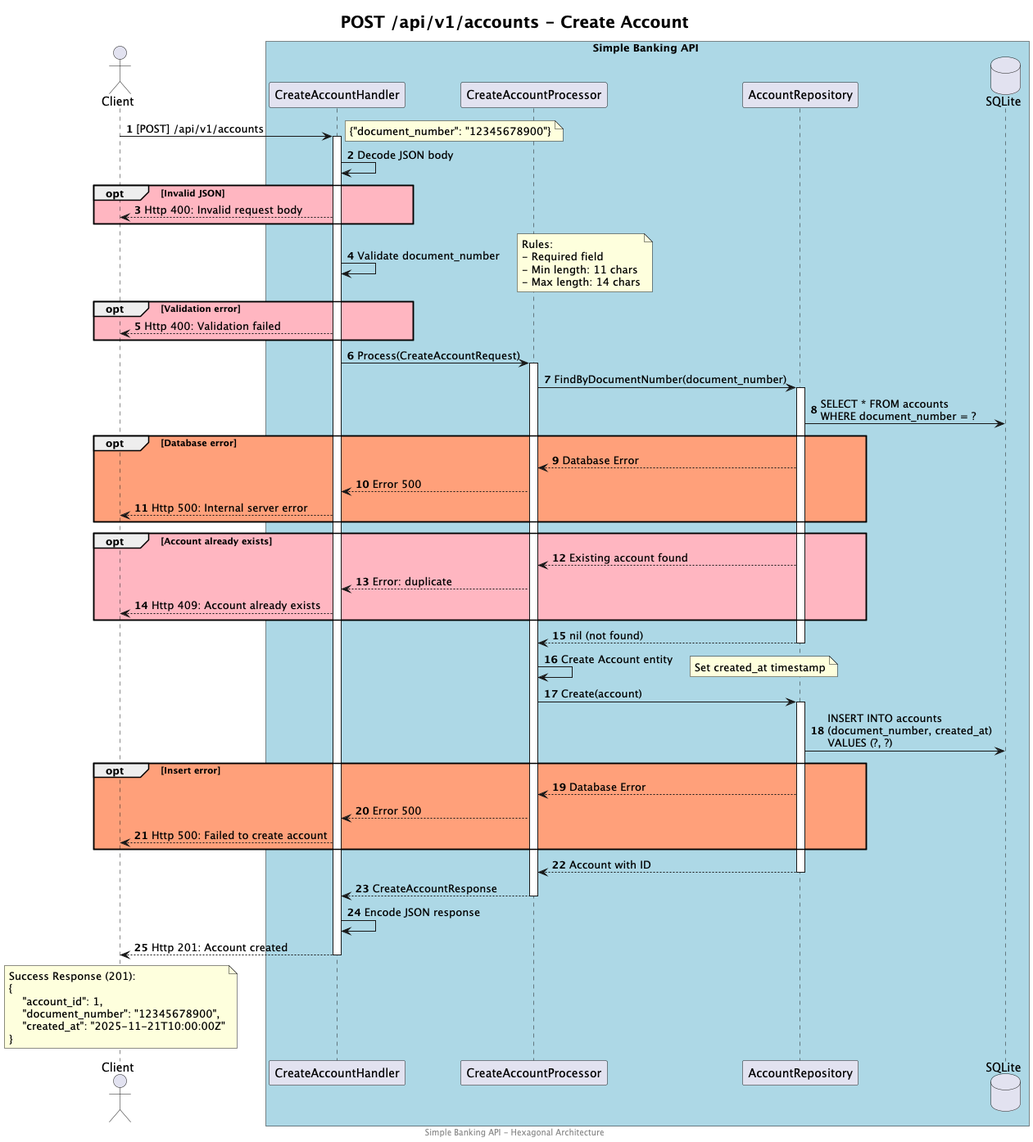
larissamartinsss/simple-banking-api keeps this PlantUML diagram as docs/sequence-diagrams/endpoint-create-account.png. Above is the earlier version. Its diagram source:
```plantuml
@startuml create-account-sequence
footer Simple Banking API - Hexagonal Architecture
title <size:20>POST /api/v1/accounts - Create Account</size>

autonumber

actor Client

box Simple Banking API #lightblue
    participant "CreateAccountHandler" as Handler
    participant "CreateAccountProcessor" as Processor
    participant "AccountRepository" as Repo
    database SQLite
end box

Client -> Handler: [POST] /api/v1/accounts
note right: {"document_number": "12345678900"}

activate Handler

    Handler -> Handler: Decode JSON body
    opt #LightPink Invalid JSON
        Client <-- Handler: Http 400: Invalid request body
    end

    Handler -> Handler: Validate document_number
    note right
        Rules:
        - Required field
        - Min length: 11 chars
        - Max length: 14 chars
    end note

    opt #LightPink Validation error
        Client <-- Handler: Http 400: Validation failed
    end

    Handler -> Processor: Process(CreateAccountRequest)
    activate Processor

        Processor -> Repo: FindByDocumentNumber(document_number)
        activate Repo
            Repo -> SQLite: SELECT * FROM accounts\nWHERE document_number = ?

            opt #LightSalmon Database error
                Processor <-- Repo: Database Error
                Handler <-- Processor: Error 500
                Client <-- Handler: Http 500: Internal server error
            end

            opt #LightPink Account already exists
                Processor <-- Repo: Existing account found
                Handler <-- Processor: Error: duplicate
                Client <-- Handler: Http 409: Account already exists
            end

            Processor <-- Repo: nil (not found)
        deactivate Repo

        Processor -> Processor: Create Account entity
        note right: Set created_at timestamp

        Processor -> Repo: Create(account)
        activate Repo
            Repo -> SQLite: INSERT INTO accounts\n(document_number, created_at)\nVALUES (?, ?)

            opt #LightSalmon Insert error
                Processor <-- Repo: Database Error
                Handler <-- Processor: Error 500
                Client <-- Handler: Http 500: Failed to create account
            end

            Processor <-- Repo: Account with ID
        deactivate Repo

        Handler <-- Processor: CreateAccountResponse
    deactivate Processor

    Handler -> Handler: Encode JSON response

    Client <-- Handler: Http 201: Account created

deactivate Handler

note over Client
    Success Response (201):
    {
        "account_id": 1,
        "document_number": "12345678900",
        "created_at": "2025-11-21T10:00:00Z"
    }
end note

@enduml
```
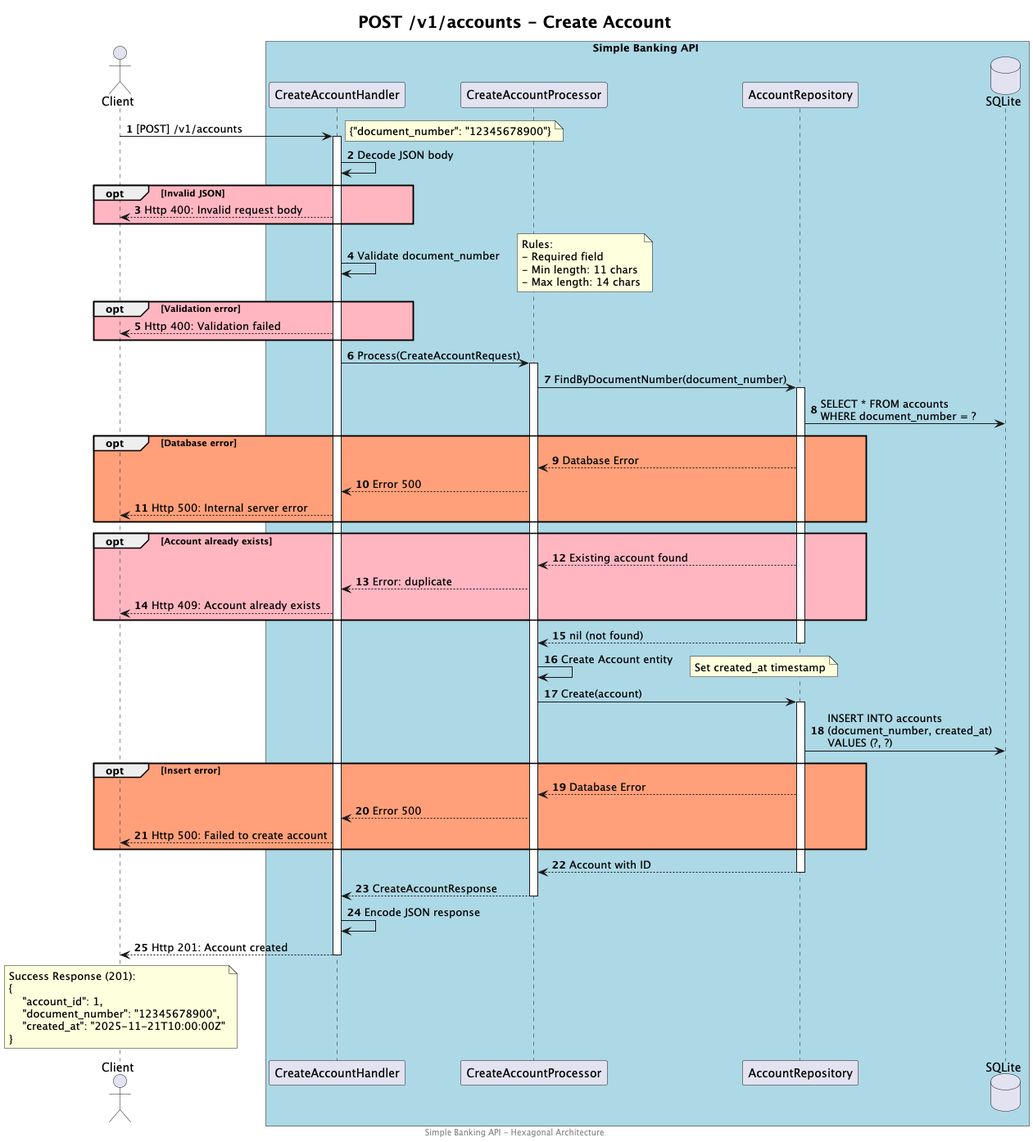
After the change.

Diff of the diagram source:
```diff
@@ -1,6 +1,6 @@
 @startuml create-account-sequence
 footer Simple Banking API - Hexagonal Architecture
-title <size:20>POST /api/v1/accounts - Create Account</size>
+title <size:20>POST /v1/accounts - Create Account</size>
 
 autonumber
 
@@ -13,7 +13,7 @@
     database SQLite
 end box
 
-Client -> Handler: [POST] /api/v1/accounts
+Client -> Handler: [POST] /v1/accounts
 note right: {"document_number": "12345678900"}
 
 activate Handler
```
